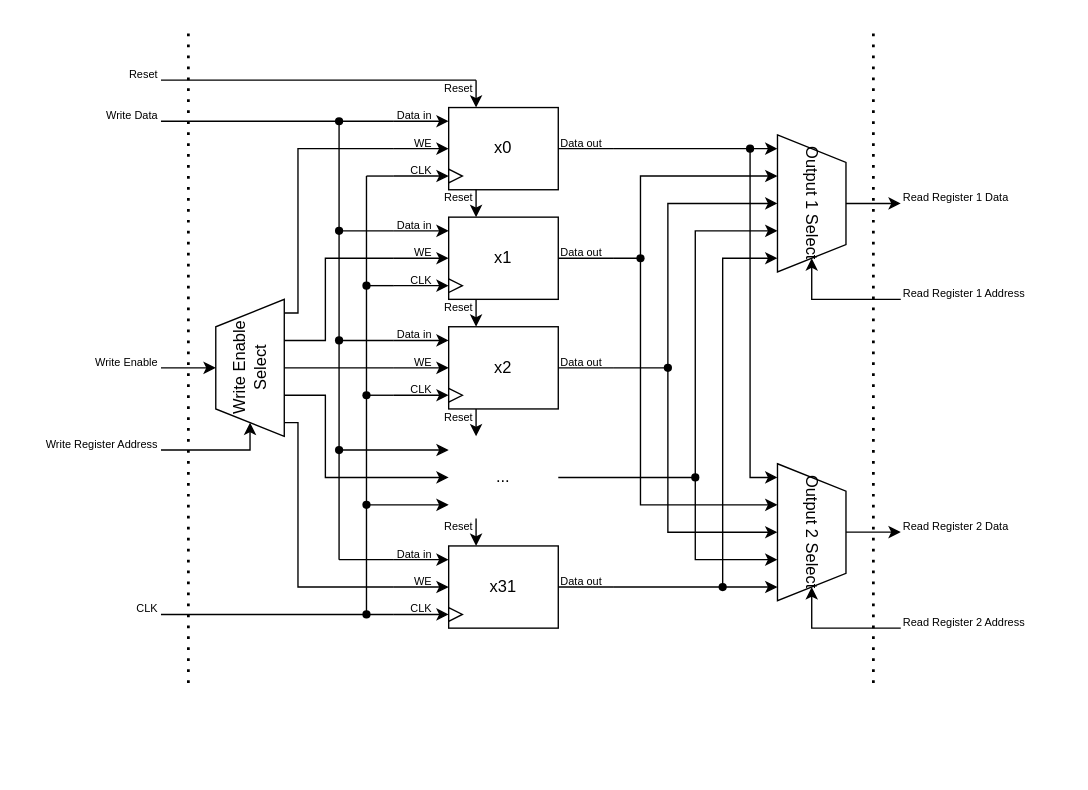
The draw.io diagram page "Register File" (5 of 9) of docs/imgs/hardware_design/Component.drawio in WachirawichN/C0-CPU, before the edit. Source tidied: cells renumbered, new cells numbered last; positions are measured from the earlier drawing's top-left corner, leaving out a move shared by most shapes. Both pictures are drawn from the tidied source at 137%, with x=0, y=0 at pixel (37, 25).
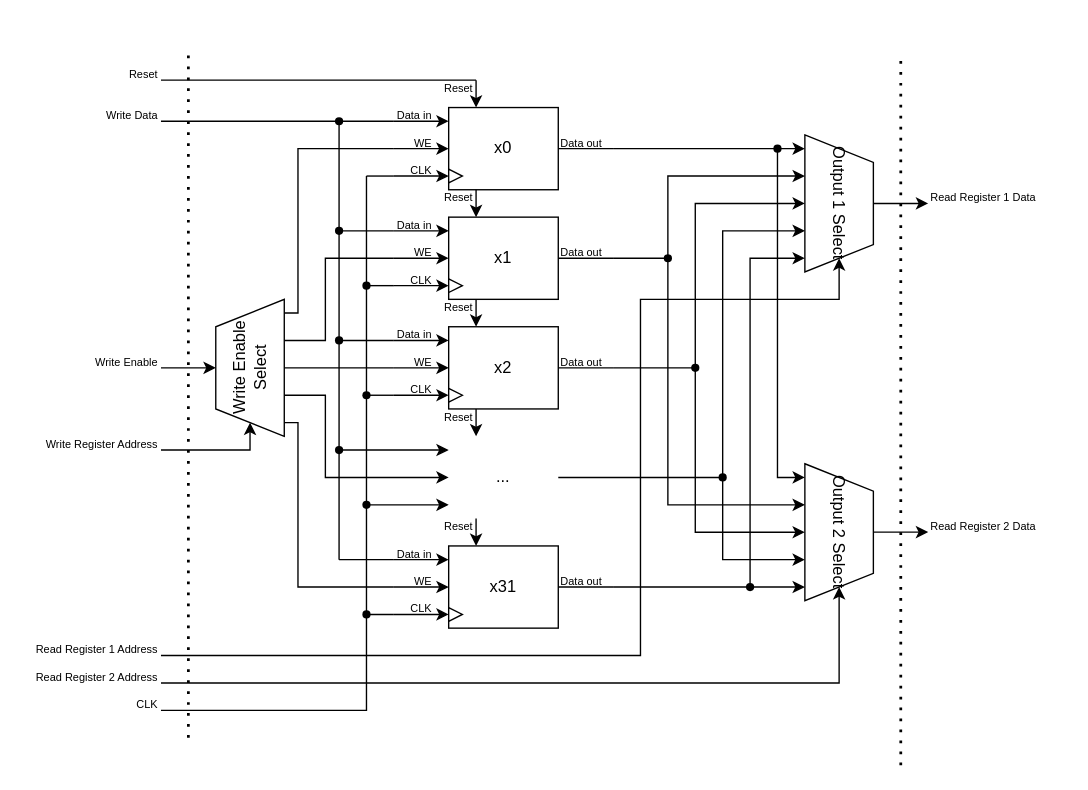
The same page after the edit.

Commit message (it also covers changes not shown here):
Remove duplicate interstage register descriptions.

Almost finish the entire processor diagram.

Unchanged cells that the change refers to:
```xml
<mxCell id="2" value="..." style="text;html=1;whiteSpace=wrap;strokeColor=none;fillColor=none;align=center;verticalAlign=middle;rounded=0;" parent="1" vertex="1">
  <mxGeometry x="300" y="310" width="80" height="40" as="geometry" />
</mxCell>
<mxCell id="61" value="&lt;font style=&quot;font-size: 8px;&quot;&gt;Data out&lt;/font&gt;" style="text;html=1;whiteSpace=wrap;strokeColor=none;fillColor=none;align=left;verticalAlign=middle;rounded=0;" parent="50" vertex="1">
  <mxGeometry x="120" y="40" width="40" height="10" as="geometry" />
</mxCell>
<mxCell id="74" value="&lt;font style=&quot;font-size: 8px;&quot;&gt;Data out&lt;/font&gt;" style="text;html=1;whiteSpace=wrap;strokeColor=none;fillColor=none;align=left;verticalAlign=middle;rounded=0;" parent="63" vertex="1">
  <mxGeometry x="120" y="40" width="40" height="10" as="geometry" />
</mxCell>
<mxCell id="84" value="&lt;font style=&quot;font-size: 8px;&quot;&gt;CLK&lt;/font&gt;" style="text;html=1;whiteSpace=wrap;strokeColor=none;fillColor=none;align=right;verticalAlign=middle;rounded=0;" parent="76" vertex="1">
  <mxGeometry y="60" width="30" height="10" as="geometry" />
</mxCell>
<mxCell id="87" value="&lt;font style=&quot;font-size: 8px;&quot;&gt;Data out&lt;/font&gt;" style="text;html=1;whiteSpace=wrap;strokeColor=none;fillColor=none;align=left;verticalAlign=middle;rounded=0;" parent="76" vertex="1">
  <mxGeometry x="120" y="40" width="40" height="10" as="geometry" />
</mxCell>
```

The edit, as a diff of the source:
```diff
@@
     <mxCell id="3" style="endArrow=none;dashed=1;html=1;dashPattern=1 3;strokeWidth=2;rounded=0;" parent="1" edge="1">
       <mxGeometry relative="1" as="geometry">
-        <mxPoint x="110" y="480" as="sourcePoint" />
-        <mxPoint x="110" as="targetPoint" />
+        <mxPoint x="110" y="520" as="sourcePoint" />
+        <mxPoint x="110" y="20" as="targetPoint" />
       </mxGeometry>
     </mxCell>
@@
-    <mxCell id="7" style="endArrow=none;html=1;rounded=0;entryX=0;entryY=1;entryDx=0;entryDy=0;" parent="1" edge="1" target="84">
+    <mxCell id="7" style="endArrow=none;html=1;rounded=0;entryX=0;entryY=1;entryDx=0;entryDy=0;exitX=1;exitY=1;exitDx=0;exitDy=0;" parent="1" edge="1" source="113" target="84">
       <mxGeometry relative="1" as="geometry">
-        <mxPoint x="90" y="430" as="sourcePoint" />
+        <Array as="points">
+          <mxPoint x="240" y="500" />
+          <mxPoint x="240" y="430" />
+        </Array>
       </mxGeometry>
     </mxCell>
@@
     <mxCell id="17" value="Output 1 Select" style="shape=trapezoid;perimeter=trapezoidPerimeter;whiteSpace=wrap;html=1;shapeInside=1;fixedSize=1;rotation=90;" parent="1" vertex="1">
-      <mxGeometry x="515" y="105" width="100" height="50" as="geometry" />
+      <mxGeometry x="535" y="105" width="100" height="50" as="geometry" />
     </mxCell>
@@
     <mxCell id="20" value="Output 2 Select" style="shape=trapezoid;perimeter=trapezoidPerimeter;whiteSpace=wrap;html=1;shapeInside=1;fixedSize=1;rotation=90;" parent="1" vertex="1">
-      <mxGeometry x="515" y="345" width="100" height="50" as="geometry" />
+      <mxGeometry x="535" y="345" width="100" height="50" as="geometry" />
     </mxCell>
@@
     <mxCell id="90" style="endArrow=classic;html=1;rounded=0;exitX=1;exitY=1;exitDx=0;exitDy=0;entryX=0.3;entryY=1;entryDx=0;entryDy=0;entryPerimeter=0;" parent="1" edge="1" source="61" target="17">
       <mxGeometry relative="1" as="geometry">
         <Array as="points">
-          <mxPoint x="440" y="170" />
-          <mxPoint x="440" y="110" />
+          <mxPoint x="460" y="170" />
+          <mxPoint x="460" y="110" />
         </Array>
       </mxGeometry>
     </mxCell>
     <mxCell id="91" style="endArrow=classic;html=1;rounded=0;exitX=1;exitY=1;exitDx=0;exitDy=0;entryX=0.5;entryY=1;entryDx=0;entryDy=0;" parent="1" edge="1" source="74" target="17">
       <mxGeometry relative="1" as="geometry">
         <Array as="points">
-          <mxPoint x="460" y="250" />
-          <mxPoint x="460" y="130" />
+          <mxPoint x="480" y="250" />
+          <mxPoint x="480" y="130" />
         </Array>
       </mxGeometry>
     </mxCell>
     <mxCell id="92" style="endArrow=classic;html=1;rounded=0;exitX=1;exitY=0.5;exitDx=0;exitDy=0;entryX=0.7;entryY=1;entryDx=0;entryDy=0;entryPerimeter=0;" parent="1" edge="1" source="2" target="17">
       <mxGeometry relative="1" as="geometry">
         <Array as="points">
-          <mxPoint x="480" y="330" />
-          <mxPoint x="480" y="150" />
+          <mxPoint x="500" y="330" />
+          <mxPoint x="500" y="150" />
         </Array>
       </mxGeometry>
     </mxCell>
     <mxCell id="93" style="endArrow=classic;html=1;rounded=0;exitX=1;exitY=1;exitDx=0;exitDy=0;entryX=0.9;entryY=1;entryDx=0;entryDy=0;entryPerimeter=0;" parent="1" edge="1" source="87" target="17">
       <mxGeometry relative="1" as="geometry">
         <Array as="points">
-          <mxPoint x="500" y="410" />
-          <mxPoint x="500" y="170" />
+          <mxPoint x="520" y="410" />
+          <mxPoint x="520" y="170" />
         </Array>
       </mxGeometry>
     </mxCell>
     <mxCell id="94" style="endArrow=classic;html=1;rounded=0;entryX=0.9;entryY=1;entryDx=0;entryDy=0;entryPerimeter=0;" parent="1" edge="1" target="20">
       <mxGeometry relative="1" as="geometry">
-        <mxPoint x="500" y="410" as="sourcePoint" />
+        <mxPoint x="520" y="410" as="sourcePoint" />
       </mxGeometry>
     </mxCell>
     <mxCell id="95" style="endArrow=classic;html=1;rounded=0;entryX=0.7;entryY=1;entryDx=0;entryDy=0;entryPerimeter=0;" parent="1" edge="1" target="20">
       <mxGeometry relative="1" as="geometry">
-        <mxPoint x="480" y="330" as="sourcePoint" />
+        <mxPoint x="500" y="330" as="sourcePoint" />
         <Array as="points">
-          <mxPoint x="480" y="390" />
+          <mxPoint x="500" y="390" />
         </Array>
       </mxGeometry>
     </mxCell>
     <mxCell id="96" style="endArrow=classic;html=1;rounded=0;entryX=0.5;entryY=1;entryDx=0;entryDy=0;" parent="1" edge="1" target="20">
       <mxGeometry relative="1" as="geometry">
-        <mxPoint x="460" y="250" as="sourcePoint" />
+        <mxPoint x="480" y="250" as="sourcePoint" />
         <Array as="points">
-          <mxPoint x="460" y="370" />
+          <mxPoint x="480" y="370" />
         </Array>
       </mxGeometry>
     </mxCell>
     <mxCell id="97" style="endArrow=classic;html=1;rounded=0;entryX=0.3;entryY=1;entryDx=0;entryDy=0;entryPerimeter=0;" parent="1" edge="1" target="20">
       <mxGeometry relative="1" as="geometry">
-        <mxPoint x="440" y="170" as="sourcePoint" />
+        <mxPoint x="460" y="170" as="sourcePoint" />
         <Array as="points">
-          <mxPoint x="440" y="350" />
+          <mxPoint x="460" y="350" />
         </Array>
       </mxGeometry>
     </mxCell>
     <mxCell id="98" style="endArrow=classic;html=1;rounded=0;entryX=0.1;entryY=1;entryDx=0;entryDy=0;entryPerimeter=0;" parent="1" edge="1" target="20">
       <mxGeometry relative="1" as="geometry">
-        <mxPoint x="520" y="90" as="sourcePoint" />
+        <mxPoint x="540" y="90" as="sourcePoint" />
         <Array as="points">
-          <mxPoint x="520" y="330" />
+          <mxPoint x="540" y="330" />
         </Array>
       </mxGeometry>
     </mxCell>
     <mxCell id="99" style="shape=waypoint;sketch=0;fillStyle=solid;size=6;fillColor=none;perimeter=centerPerimeter;" parent="1" vertex="1">
-      <mxGeometry x="430" y="160" width="20" height="20" as="geometry" />
+      <mxGeometry x="450" y="160" width="20" height="20" as="geometry" />
     </mxCell>
     <mxCell id="100" style="shape=waypoint;sketch=0;fillStyle=solid;size=6;fillColor=none;perimeter=centerPerimeter;" parent="1" vertex="1">
-      <mxGeometry x="510" y="80" width="20" height="20" as="geometry" />
+      <mxGeometry x="530" y="80" width="20" height="20" as="geometry" />
     </mxCell>
     <mxCell id="101" style="shape=waypoint;sketch=0;fillStyle=solid;size=6;fillColor=none;perimeter=centerPerimeter;" parent="1" vertex="1">
-      <mxGeometry x="450" y="240" width="20" height="20" as="geometry" />
+      <mxGeometry x="470" y="240" width="20" height="20" as="geometry" />
     </mxCell>
     <mxCell id="102" style="shape=waypoint;sketch=0;fillStyle=solid;size=6;fillColor=none;perimeter=centerPerimeter;" parent="1" vertex="1">
-      <mxGeometry x="470" y="320" width="20" height="20" as="geometry" />
+      <mxGeometry x="490" y="320" width="20" height="20" as="geometry" />
     </mxCell>
     <mxCell id="103" style="shape=waypoint;sketch=0;fillStyle=solid;size=6;fillColor=none;perimeter=centerPerimeter;" parent="1" vertex="1">
-      <mxGeometry x="490" y="400" width="20" height="20" as="geometry" />
+      <mxGeometry x="510" y="400" width="20" height="20" as="geometry" />
     </mxCell>
     <mxCell id="104" style="endArrow=classic;html=1;rounded=0;exitX=0.5;exitY=0;exitDx=0;exitDy=0;" parent="1" edge="1" source="17">
       <mxGeometry relative="1" as="geometry">
-        <mxPoint x="630" y="130" as="targetPoint" />
+        <mxPoint x="650" y="130" as="targetPoint" />
       </mxGeometry>
     </mxCell>
     <mxCell id="105" style="endArrow=none;dashed=1;html=1;dashPattern=1 3;strokeWidth=2;rounded=0;" parent="1" edge="1">
       <mxGeometry relative="1" as="geometry">
-        <mxPoint x="610" y="480" as="sourcePoint" />
-        <mxPoint x="610" as="targetPoint" />
+        <mxPoint x="630" y="540" as="sourcePoint" />
+        <mxPoint x="630" y="20" as="targetPoint" />
       </mxGeometry>
     </mxCell>
     <mxCell id="106" style="endArrow=classic;html=1;rounded=0;exitX=0.5;exitY=0;exitDx=0;exitDy=0;" parent="1" edge="1">
       <mxGeometry relative="1" as="geometry">
-        <mxPoint x="590" y="369.9" as="sourcePoint" />
-        <mxPoint x="630" y="369.9" as="targetPoint" />
+        <mxPoint x="610" y="369.9" as="sourcePoint" />
+        <mxPoint x="650" y="369.9" as="targetPoint" />
       </mxGeometry>
     </mxCell>
     <mxCell id="107" style="endArrow=classic;html=1;rounded=0;" parent="1" edge="1" target="17">
       <mxGeometry relative="1" as="geometry">
-        <mxPoint x="630" y="200" as="sourcePoint" />
+        <mxPoint x="90" y="460" as="sourcePoint" />
         <Array as="points">
-          <mxPoint x="565" y="200" />
+          <mxPoint x="440" y="460" />
+          <mxPoint x="440" y="200" />
+          <mxPoint x="585" y="200" />
         </Array>
       </mxGeometry>
     </mxCell>
     <mxCell id="108" style="endArrow=classic;html=1;rounded=0;" parent="1" edge="1" target="20">
       <mxGeometry relative="1" as="geometry">
-        <mxPoint x="630" y="440" as="sourcePoint" />
+        <mxPoint x="90" y="480" as="sourcePoint" />
         <Array as="points">
-          <mxPoint x="565" y="440" />
+          <mxPoint x="440" y="480" />
+          <mxPoint x="585" y="480" />
         </Array>
       </mxGeometry>
     </mxCell>
@@
     <mxCell id="113" value="&lt;font style=&quot;font-size: 8px;&quot;&gt;CLK&lt;/font&gt;" style="text;html=1;whiteSpace=wrap;strokeColor=none;fillColor=none;align=right;verticalAlign=middle;rounded=0;" parent="1" vertex="1">
-      <mxGeometry x="70" y="420" width="20" height="10" as="geometry" />
+      <mxGeometry x="70" y="490" width="20" height="10" as="geometry" />
     </mxCell>
-    <mxCell id="114" value="&lt;font style=&quot;font-size: 8px;&quot;&gt;Read Register 1 Address&lt;/font&gt;" style="text;html=1;whiteSpace=wrap;strokeColor=none;fillColor=none;align=left;verticalAlign=middle;rounded=0;" parent="1" vertex="1">
-      <mxGeometry x="630" y="190" width="100" height="10" as="geometry" />
+    <mxCell id="114" value="&lt;font style=&quot;font-size: 8px;&quot;&gt;Read Register 1 Address&lt;/font&gt;" style="text;html=1;whiteSpace=wrap;strokeColor=none;fillColor=none;align=right;verticalAlign=middle;rounded=0;" parent="1" vertex="1">
+      <mxGeometry x="-10" y="450" width="100" height="10" as="geometry" />
     </mxCell>
-    <mxCell id="115" value="&lt;font style=&quot;font-size: 8px;&quot;&gt;Read Register 2 Address&lt;/font&gt;" style="text;html=1;whiteSpace=wrap;strokeColor=none;fillColor=none;align=left;verticalAlign=middle;rounded=0;" parent="1" vertex="1">
-      <mxGeometry x="630" y="430" width="100" height="10" as="geometry" />
+    <mxCell id="115" value="&lt;font style=&quot;font-size: 8px;&quot;&gt;Read Register 2 Address&lt;/font&gt;" style="text;html=1;whiteSpace=wrap;strokeColor=none;fillColor=none;align=right;verticalAlign=middle;rounded=0;" parent="1" vertex="1">
+      <mxGeometry x="-10" y="470" width="100" height="10" as="geometry" />
     </mxCell>
     <mxCell id="116" value="&lt;font style=&quot;font-size: 8px;&quot;&gt;Read Register 2 Data&lt;/font&gt;" style="text;html=1;whiteSpace=wrap;strokeColor=none;fillColor=none;align=left;verticalAlign=middle;rounded=0;" parent="1" vertex="1">
-      <mxGeometry x="630" y="360" width="100" height="10" as="geometry" />
+      <mxGeometry x="650" y="360" width="100" height="10" as="geometry" />
     </mxCell>
     <mxCell id="117" value="&lt;font style=&quot;font-size: 8px;&quot;&gt;Read Register 1 Data&lt;/font&gt;" style="text;html=1;whiteSpace=wrap;strokeColor=none;fillColor=none;align=left;verticalAlign=middle;rounded=0;" parent="1" vertex="1">
-      <mxGeometry x="630" y="120" width="100" height="10" as="geometry" />
+      <mxGeometry x="650" y="120" width="100" height="10" as="geometry" />
     </mxCell>
```
